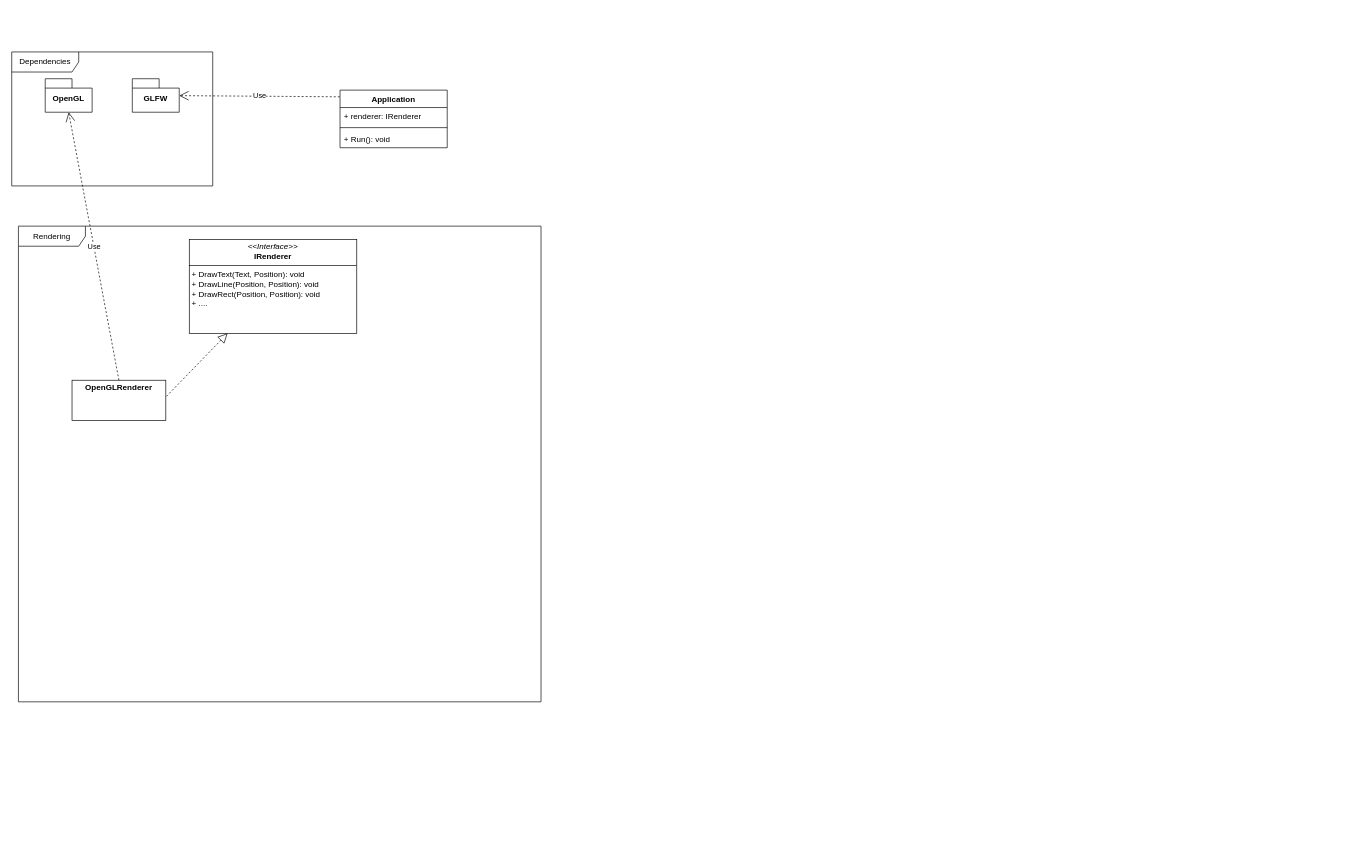
Above: Planning/ScienceWorld-Class-Diagram.drawio in Computational-Insanity/ScienceWorld-Documentation (draw.io), before the change. Source tidied: cells renumbered, new cells numbered last; positions are measured from the earlier drawing's top-left corner, leaving out a move shared by most shapes. Both pictures are drawn from the tidied source at 67%, with x=0, y=0 at pixel (11, 52).
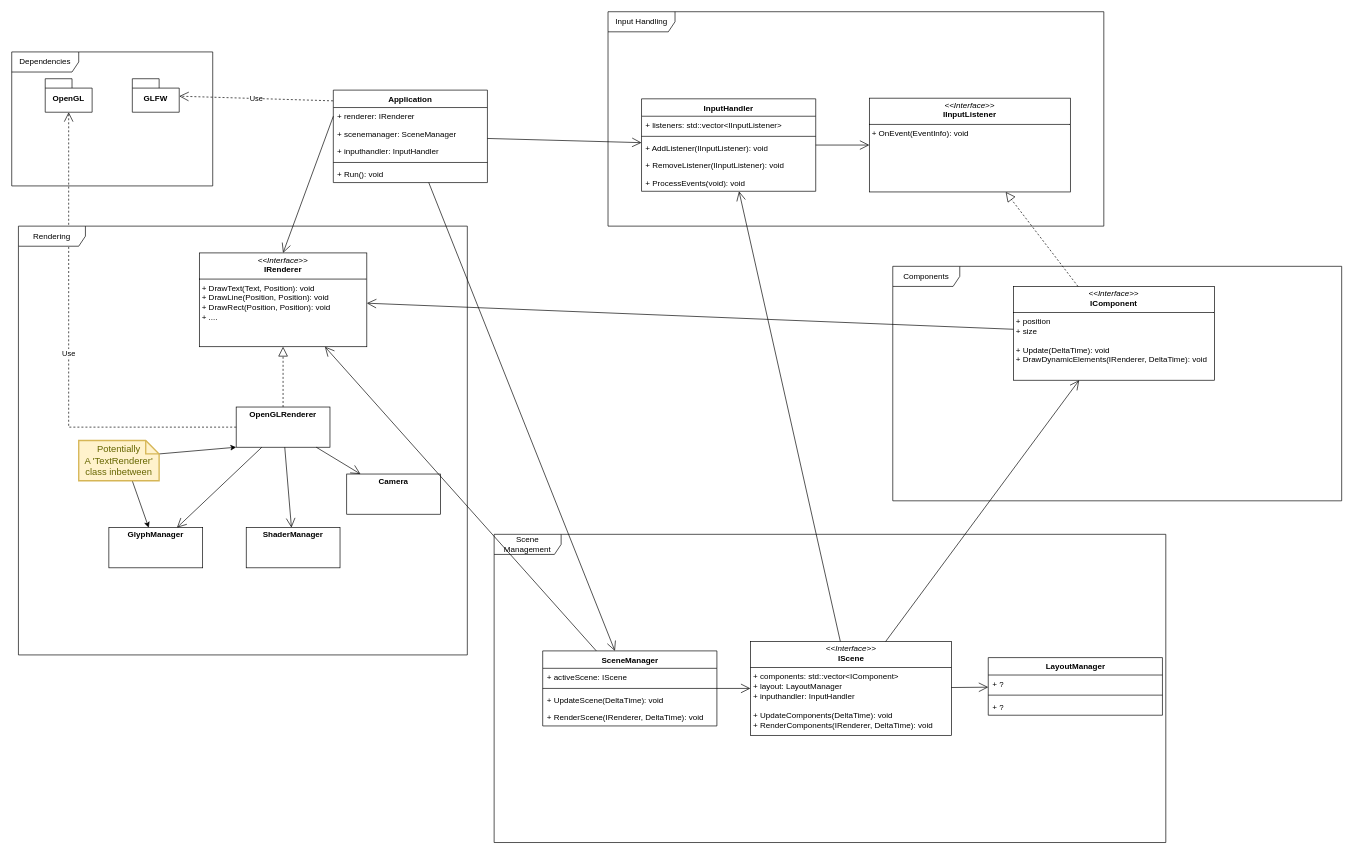
Above is the later version.

Commit message (it also covers changes not shown here):
Continued work on class diagram

The change refers to these unchanged cells:
```xml
<mxCell id="7" value="OpenGL" style="shape=folder;fontStyle=1;spacingTop=10;tabWidth=40;tabHeight=14;tabPosition=left;html=1;whiteSpace=wrap;" parent="1" vertex="1">
  <mxGeometry x="50" y="40" width="70" height="50" as="geometry" />
</mxCell>
```

Change to the diagram source:
```diff
@@
     <mxCell id="2" value="Application" style="swimlane;fontStyle=1;align=center;verticalAlign=top;horizontal=1;startSize=26;whiteSpace=wrap;html=1;" parent="1" vertex="1">
-      <mxGeometry x="490" y="57" width="160" height="86" as="geometry" />
+      <mxGeometry x="480" y="57" width="230" height="138" as="geometry" />
     </mxCell>
     <mxCell id="3" value="+ renderer: IRenderer" style="text;strokeColor=none;fillColor=none;align=left;verticalAlign=top;spacingLeft=4;spacingRight=4;overflow=hidden;points=[[0,0.5],[1,0.5]];portConstraint=eastwest;whiteSpace=wrap;html=1;" parent="2" vertex="1">
-      <mxGeometry y="26" width="160" height="26" as="geometry" />
+      <mxGeometry y="26" width="230" height="26" as="geometry" />
     </mxCell>
+    <mxCell id="15" value="+ scenemanager: SceneManager" style="text;strokeColor=none;fillColor=none;align=left;verticalAlign=top;spacingLeft=4;spacingRight=4;overflow=hidden;whiteSpace=wrap;html=1;" parent="2" vertex="1">
+      <mxGeometry y="52" width="230" height="26" as="geometry" />
+    </mxCell>
+    <mxCell id="16" value="+ inputhandler: InputHandler" style="text;strokeColor=none;fillColor=none;align=left;verticalAlign=top;spacingLeft=4;spacingRight=4;overflow=hidden;whiteSpace=wrap;html=1;" parent="2" vertex="1">
+      <mxGeometry y="78" width="230" height="26" as="geometry" />
+    </mxCell>
     <mxCell id="4" style="line;strokeWidth=1;fillColor=none;align=left;verticalAlign=middle;spacingTop=-1;spacingLeft=3;spacingRight=3;labelPosition=right;strokeColor=inherit;" parent="2" vertex="1">
-      <mxGeometry y="52" width="160" height="8" as="geometry" />
+      <mxGeometry y="104" width="230" height="8" as="geometry" />
     </mxCell>
     <mxCell id="5" value="+ Run(): void" style="text;strokeColor=none;fillColor=none;align=left;verticalAlign=top;spacingLeft=4;spacingRight=4;overflow=hidden;whiteSpace=wrap;html=1;" parent="2" vertex="1">
-      <mxGeometry y="60" width="160" height="26" as="geometry" />
+      <mxGeometry y="112" width="230" height="26" as="geometry" />
     </mxCell>
@@
     <mxCell id="10" value="&lt;p style=&quot;margin:0px;margin-top:4px;text-align:center;&quot;&gt;&lt;i&gt;&amp;lt;&amp;lt;Interface&amp;gt;&amp;gt;&lt;/i&gt;&lt;br&gt;&lt;b&gt;IRenderer&lt;/b&gt;&lt;/p&gt;&lt;hr size=&quot;1&quot; style=&quot;border-style:solid;&quot;&gt;&lt;p style=&quot;margin:0px;margin-left:4px;&quot;&gt;+&lt;span style=&quot;background-color: initial;&quot;&gt;&amp;nbsp;DrawText(Text, Position): void&lt;/span&gt;&lt;/p&gt;&lt;p style=&quot;margin:0px;margin-left:4px;&quot;&gt;+ DrawLine(Position, Position): void&lt;/p&gt;&lt;p style=&quot;margin:0px;margin-left:4px;&quot;&gt;+ DrawRect(Position, Position): void&lt;/p&gt;&lt;p style=&quot;margin:0px;margin-left:4px;&quot;&gt;+ ....&lt;/p&gt;" style="verticalAlign=top;align=left;overflow=fill;html=1;whiteSpace=wrap;" parent="1" vertex="1">
-      <mxGeometry x="265" y="280" width="250" height="140" as="geometry" />
+      <mxGeometry x="280" y="300" width="250" height="140" as="geometry" />
     </mxCell>
     <mxCell id="11" value="&lt;p style=&quot;margin:0px;margin-top:4px;text-align:center;&quot;&gt;&lt;b&gt;OpenGLRenderer&lt;/b&gt;&lt;/p&gt;" style="verticalAlign=top;align=left;overflow=fill;html=1;whiteSpace=wrap;" parent="1" vertex="1">
-      <mxGeometry x="90" y="490" width="140" height="60" as="geometry" />
+      <mxGeometry x="335" y="530" width="140" height="60" as="geometry" />
     </mxCell>
-    <mxCell id="12" style="endArrow=block;dashed=1;endFill=0;endSize=12;html=1;rounded=0;exitX=1.007;exitY=0.4;exitDx=0;exitDy=0;exitPerimeter=0;" parent="1" edge="1" source="11" target="10">
+    <mxCell id="12" style="endArrow=block;dashed=1;endFill=0;endSize=12;html=1;rounded=0;exitX=0.5;exitY=0;exitDx=0;exitDy=0;" parent="1" edge="1" source="11" target="10">
       <mxGeometry relative="1" as="geometry" />
     </mxCell>
-    <mxCell id="13" value="Use" style="endArrow=open;endSize=12;dashed=1;html=1;rounded=0;exitX=0.5;exitY=0;exitDx=0;exitDy=0;entryX=0.5;entryY=1;entryDx=0;entryDy=0;entryPerimeter=0;" parent="1" edge="1" source="11" target="7">
-      <mxGeometry relative="1" as="geometry" />
+    <mxCell id="13" value="Use" style="endArrow=open;endSize=12;dashed=1;html=1;rounded=0;entryX=0.5;entryY=1;entryDx=0;entryDy=0;entryPerimeter=0;edgeStyle=orthogonalEdgeStyle;" parent="1" edge="1" target="7">
+      <mxGeometry relative="1" as="geometry">
+        <mxPoint x="335" y="560" as="sourcePoint" />
+        <Array as="points">
+          <mxPoint x="335" y="560" />
+          <mxPoint x="85" y="560" />
+        </Array>
+      </mxGeometry>
     </mxCell>
     <mxCell id="14" value="Rendering" style="shape=umlFrame;whiteSpace=wrap;html=1;width=100;" parent="1" vertex="1">
-      <mxGeometry x="10" y="260" width="780" height="710" as="geometry" />
+      <mxGeometry x="10" y="260" width="670" height="640" as="geometry" />
     </mxCell>
+    <mxCell id="17" style="endArrow=open;endFill=1;endSize=12;html=1;rounded=0;exitX=0;exitY=0.5;exitDx=0;exitDy=0;entryX=0.5;entryY=0;entryDx=0;entryDy=0;" parent="1" edge="1" source="3" target="10">
+      <mxGeometry relative="1" as="geometry" />
+    </mxCell>
+    <mxCell id="18" value="&lt;p style=&quot;margin:0px;margin-top:4px;text-align:center;&quot;&gt;&lt;b&gt;GlyphManager&lt;/b&gt;&lt;/p&gt;" style="verticalAlign=top;align=left;overflow=fill;html=1;whiteSpace=wrap;" parent="1" vertex="1">
+      <mxGeometry x="145" y="710" width="140" height="60" as="geometry" />
+    </mxCell>
+    <mxCell id="19" value="&lt;p style=&quot;margin:0px;margin-top:4px;text-align:center;&quot;&gt;&lt;b&gt;ShaderManager&lt;/b&gt;&lt;/p&gt;" style="verticalAlign=top;align=left;overflow=fill;html=1;whiteSpace=wrap;" parent="1" vertex="1">
+      <mxGeometry x="350" y="710" width="140" height="60" as="geometry" />
+    </mxCell>
+    <mxCell id="20" style="endArrow=open;endFill=1;endSize=12;html=1;rounded=0;" parent="1" edge="1" source="11" target="18">
+      <mxGeometry relative="1" as="geometry" />
+    </mxCell>
+    <mxCell id="21" style="endArrow=open;endFill=1;endSize=12;html=1;rounded=0;" parent="1" edge="1" source="11" target="19">
+      <mxGeometry relative="1" as="geometry" />
+    </mxCell>
+    <mxCell id="22" style="rounded=0;jettySize=auto;html=1;exitX=0.656;exitY=0.944;exitDx=0;exitDy=0;exitPerimeter=0;" parent="1" edge="1" source="24" target="18">
+      <mxGeometry relative="1" as="geometry" />
+    </mxCell>
+    <mxCell id="23" style="rounded=0;jettySize=auto;html=1;exitX=0;exitY=0;exitDx=120;exitDy=20;exitPerimeter=0;entryX=0;entryY=1;entryDx=0;entryDy=0;" parent="1" edge="1" source="24" target="11">
+      <mxGeometry relative="1" as="geometry" />
+    </mxCell>
+    <mxCell id="24" value="Potentially&lt;div&gt;A 'TextRenderer'&lt;/div&gt;&lt;div&gt;class inbetween&lt;/div&gt;" style="shape=note;strokeWidth=2;fontSize=14;size=20;whiteSpace=wrap;html=1;fillColor=#fff2cc;strokeColor=#d6b656;fontColor=#666600;" parent="1" vertex="1">
+      <mxGeometry x="100" y="580" width="120" height="60" as="geometry" />
+    </mxCell>
+    <mxCell id="25" value="&lt;p style=&quot;margin:0px;margin-top:4px;text-align:center;&quot;&gt;&lt;b&gt;Camera&lt;/b&gt;&lt;/p&gt;" style="verticalAlign=top;align=left;overflow=fill;html=1;whiteSpace=wrap;" parent="1" vertex="1">
+      <mxGeometry x="500" y="630" width="140" height="60" as="geometry" />
+    </mxCell>
+    <mxCell id="26" style="endArrow=open;endFill=1;endSize=12;html=1;rounded=0;" parent="1" edge="1" source="11" target="25">
+      <mxGeometry relative="1" as="geometry" />
+    </mxCell>
+    <mxCell id="27" value="Components" style="shape=umlFrame;whiteSpace=wrap;html=1;width=100;" parent="1" vertex="1">
+      <mxGeometry x="1315" y="320" width="670" height="350" as="geometry" />
+    </mxCell>
+    <mxCell id="28" value="&lt;p style=&quot;margin:0px;margin-top:4px;text-align:center;&quot;&gt;&lt;i&gt;&amp;lt;&amp;lt;Interface&amp;gt;&amp;gt;&lt;/i&gt;&lt;br&gt;&lt;b&gt;IComponent&lt;/b&gt;&lt;/p&gt;&lt;hr size=&quot;1&quot; style=&quot;border-style:solid;&quot;&gt;&lt;p style=&quot;margin:0px;margin-left:4px;&quot;&gt;+&lt;span style=&quot;background-color: initial;&quot;&gt;&amp;nbsp;position&lt;/span&gt;&lt;/p&gt;&lt;p style=&quot;margin:0px;margin-left:4px;&quot;&gt;+ size&lt;/p&gt;&lt;p style=&quot;margin:0px;margin-left:4px;&quot;&gt;&lt;br&gt;&lt;/p&gt;&lt;p style=&quot;margin:0px;margin-left:4px;&quot;&gt;+ Update(DeltaTime): void&lt;/p&gt;&lt;p style=&quot;margin:0px;margin-left:4px;&quot;&gt;+ DrawDynamicElements(IRenderer, DeltaTime): void&lt;/p&gt;" style="verticalAlign=top;align=left;overflow=fill;html=1;whiteSpace=wrap;" parent="1" vertex="1">
+      <mxGeometry x="1495" y="350" width="300" height="140" as="geometry" />
+    </mxCell>
+    <mxCell id="29" style="endArrow=open;endFill=1;endSize=12;html=1;rounded=0;" parent="1" edge="1" source="28" target="10">
+      <mxGeometry relative="1" as="geometry" />
+    </mxCell>
+    <mxCell id="30" value="Scene Management" style="shape=umlFrame;whiteSpace=wrap;html=1;width=100;" parent="1" vertex="1">
+      <mxGeometry x="720" y="720" width="1002.5" height="460" as="geometry" />
+    </mxCell>
+    <mxCell id="31" value="SceneManager" style="swimlane;fontStyle=1;align=center;verticalAlign=top;horizontal=1;startSize=26;whiteSpace=wrap;html=1;" parent="1" vertex="1">
+      <mxGeometry x="792.5" y="894" width="260" height="112" as="geometry" />
+    </mxCell>
+    <mxCell id="32" value="+ activeScene: IScene" style="text;strokeColor=none;fillColor=none;align=left;verticalAlign=top;spacingLeft=4;spacingRight=4;overflow=hidden;whiteSpace=wrap;html=1;" parent="31" vertex="1">
+      <mxGeometry y="26" width="260" height="26" as="geometry" />
+    </mxCell>
+    <mxCell id="33" style="line;strokeWidth=1;fillColor=none;align=left;verticalAlign=middle;spacingTop=-1;spacingLeft=3;spacingRight=3;labelPosition=right;strokeColor=inherit;" parent="31" vertex="1">
+      <mxGeometry y="52" width="260" height="8" as="geometry" />
+    </mxCell>
+    <mxCell id="34" value="+ UpdateScene(DeltaTime): void" style="text;strokeColor=none;fillColor=none;align=left;verticalAlign=top;spacingLeft=4;spacingRight=4;overflow=hidden;whiteSpace=wrap;html=1;" parent="31" vertex="1">
+      <mxGeometry y="60" width="260" height="26" as="geometry" />
+    </mxCell>
+    <mxCell id="35" value="+ RenderScene(IRenderer, DeltaTime): void" style="text;strokeColor=none;fillColor=none;align=left;verticalAlign=top;spacingLeft=4;spacingRight=4;overflow=hidden;whiteSpace=wrap;html=1;" parent="31" vertex="1">
+      <mxGeometry y="86" width="260" height="26" as="geometry" />
+    </mxCell>
+    <mxCell id="36" style="endArrow=open;endFill=1;endSize=12;html=1;rounded=0;" parent="1" edge="1" source="2" target="31">
+      <mxGeometry relative="1" as="geometry" />
+    </mxCell>
+    <mxCell id="37" style="endArrow=open;endFill=1;endSize=12;html=1;rounded=0;" parent="1" edge="1" source="31" target="10">
+      <mxGeometry relative="1" as="geometry" />
+    </mxCell>
+    <mxCell id="38" value="&lt;p style=&quot;margin:0px;margin-top:4px;text-align:center;&quot;&gt;&lt;i&gt;&amp;lt;&amp;lt;Interface&amp;gt;&amp;gt;&lt;/i&gt;&lt;br&gt;&lt;b&gt;IScene&lt;/b&gt;&lt;/p&gt;&lt;hr size=&quot;1&quot; style=&quot;border-style:solid;&quot;&gt;&lt;p style=&quot;margin:0px;margin-left:4px;&quot;&gt;+&lt;span style=&quot;background-color: initial;&quot;&gt;&amp;nbsp;components: std::vector&amp;lt;IComponent&amp;gt;&lt;/span&gt;&lt;/p&gt;&lt;p style=&quot;margin:0px;margin-left:4px;&quot;&gt;&lt;span style=&quot;background-color: initial;&quot;&gt;+ layout: LayoutManager&lt;/span&gt;&lt;/p&gt;&lt;p style=&quot;margin:0px;margin-left:4px;&quot;&gt;&lt;span style=&quot;background-color: initial;&quot;&gt;+ inputhandler: InputHandler&lt;/span&gt;&lt;/p&gt;&lt;p style=&quot;margin:0px;margin-left:4px;&quot;&gt;&lt;br&gt;&lt;/p&gt;&lt;p style=&quot;margin:0px;margin-left:4px;&quot;&gt;+ UpdateComponents(DeltaTime): void&lt;/p&gt;&lt;p style=&quot;margin:0px;margin-left:4px;&quot;&gt;+ RenderComponents(IRenderer, DeltaTime): void&lt;/p&gt;" style="verticalAlign=top;align=left;overflow=fill;html=1;whiteSpace=wrap;" parent="1" vertex="1">
+      <mxGeometry x="1102.5" y="880" width="300" height="140" as="geometry" />
+    </mxCell>
+    <mxCell id="39" style="endArrow=open;endFill=1;endSize=12;html=1;rounded=0;" parent="1" edge="1" source="31" target="38">
+      <mxGeometry relative="1" as="geometry" />
+    </mxCell>
+    <mxCell id="40" style="endArrow=open;endFill=1;endSize=12;html=1;rounded=0;" parent="1" edge="1" source="38" target="28">
+      <mxGeometry relative="1" as="geometry" />
+    </mxCell>
+    <mxCell id="41" value="Input Handling" style="shape=umlFrame;whiteSpace=wrap;html=1;width=100;" parent="1" vertex="1">
+      <mxGeometry x="890" y="-60" width="740" height="320" as="geometry" />
+    </mxCell>
+    <mxCell id="42" value="InputHandler" style="swimlane;fontStyle=1;align=center;verticalAlign=top;horizontal=1;startSize=26;whiteSpace=wrap;html=1;" parent="1" vertex="1">
+      <mxGeometry x="940" y="70" width="260" height="138" as="geometry" />
+    </mxCell>
+    <mxCell id="43" value="+ listeners: std::vector&amp;lt;IInputListener&amp;gt;" style="text;strokeColor=none;fillColor=none;align=left;verticalAlign=top;spacingLeft=4;spacingRight=4;overflow=hidden;whiteSpace=wrap;html=1;" parent="42" vertex="1">
+      <mxGeometry y="26" width="260" height="26" as="geometry" />
+    </mxCell>
+    <mxCell id="44" style="line;strokeWidth=1;fillColor=none;align=left;verticalAlign=middle;spacingTop=-1;spacingLeft=3;spacingRight=3;labelPosition=right;strokeColor=inherit;" parent="42" vertex="1">
+      <mxGeometry y="52" width="260" height="8" as="geometry" />
+    </mxCell>
+    <mxCell id="45" value="+ AddListener(IInputListener): void" style="text;strokeColor=none;fillColor=none;align=left;verticalAlign=top;spacingLeft=4;spacingRight=4;overflow=hidden;whiteSpace=wrap;html=1;" parent="42" vertex="1">
+      <mxGeometry y="60" width="260" height="26" as="geometry" />
+    </mxCell>
+    <mxCell id="46" value="+ RemoveListener(IInputListener): void" style="text;strokeColor=none;fillColor=none;align=left;verticalAlign=top;spacingLeft=4;spacingRight=4;overflow=hidden;whiteSpace=wrap;html=1;" parent="42" vertex="1">
+      <mxGeometry y="86" width="260" height="26" as="geometry" />
+    </mxCell>
+    <mxCell id="47" value="+ ProcessEvents(void): void" style="text;strokeColor=none;fillColor=none;align=left;verticalAlign=top;spacingLeft=4;spacingRight=4;overflow=hidden;whiteSpace=wrap;html=1;" parent="42" vertex="1">
+      <mxGeometry y="112" width="260" height="26" as="geometry" />
+    </mxCell>
+    <mxCell id="48" style="endArrow=open;endFill=1;endSize=12;html=1;rounded=0;" parent="1" edge="1" source="2" target="42">
+      <mxGeometry relative="1" as="geometry" />
+    </mxCell>
+    <mxCell id="49" value="&lt;p style=&quot;margin:0px;margin-top:4px;text-align:center;&quot;&gt;&lt;i&gt;&amp;lt;&amp;lt;Interface&amp;gt;&amp;gt;&lt;/i&gt;&lt;br&gt;&lt;b&gt;IInputListener&lt;/b&gt;&lt;/p&gt;&lt;hr size=&quot;1&quot; style=&quot;border-style:solid;&quot;&gt;&lt;p style=&quot;margin:0px;margin-left:4px;&quot;&gt;+&lt;span style=&quot;background-color: initial;&quot;&gt;&amp;nbsp;OnEvent(EventInfo): void&lt;/span&gt;&lt;/p&gt;" style="verticalAlign=top;align=left;overflow=fill;html=1;whiteSpace=wrap;" parent="1" vertex="1">
+      <mxGeometry x="1280" y="69" width="300" height="140" as="geometry" />
+    </mxCell>
+    <mxCell id="50" style="endArrow=open;endFill=1;endSize=12;html=1;rounded=0;" parent="1" edge="1" source="42" target="49">
+      <mxGeometry relative="1" as="geometry" />
+    </mxCell>
+    <mxCell id="51" value="LayoutManager" style="swimlane;fontStyle=1;align=center;verticalAlign=top;horizontal=1;startSize=26;whiteSpace=wrap;html=1;" parent="1" vertex="1">
+      <mxGeometry x="1457.5" y="904" width="260" height="86" as="geometry" />
+    </mxCell>
+    <mxCell id="52" value="+ ?" style="text;strokeColor=none;fillColor=none;align=left;verticalAlign=top;spacingLeft=4;spacingRight=4;overflow=hidden;whiteSpace=wrap;html=1;" parent="51" vertex="1">
+      <mxGeometry y="26" width="260" height="26" as="geometry" />
+    </mxCell>
+    <mxCell id="53" style="line;strokeWidth=1;fillColor=none;align=left;verticalAlign=middle;spacingTop=-1;spacingLeft=3;spacingRight=3;labelPosition=right;strokeColor=inherit;" parent="51" vertex="1">
+      <mxGeometry y="52" width="260" height="8" as="geometry" />
+    </mxCell>
+    <mxCell id="54" value="+ ?" style="text;strokeColor=none;fillColor=none;align=left;verticalAlign=top;spacingLeft=4;spacingRight=4;overflow=hidden;whiteSpace=wrap;html=1;" parent="51" vertex="1">
+      <mxGeometry y="60" width="260" height="26" as="geometry" />
+    </mxCell>
+    <mxCell id="55" style="endArrow=open;endFill=1;endSize=12;html=1;rounded=0;" parent="1" edge="1" source="38" target="51">
+      <mxGeometry relative="1" as="geometry" />
+    </mxCell>
+    <mxCell id="56" style="endArrow=open;endFill=1;endSize=12;html=1;rounded=0;" parent="1" edge="1" source="38" target="42">
+      <mxGeometry relative="1" as="geometry" />
+    </mxCell>
+    <mxCell id="57" style="endArrow=block;dashed=1;endFill=0;endSize=12;html=1;rounded=0;" parent="1" edge="1" source="28" target="49">
+      <mxGeometry relative="1" as="geometry" />
+    </mxCell>
```
